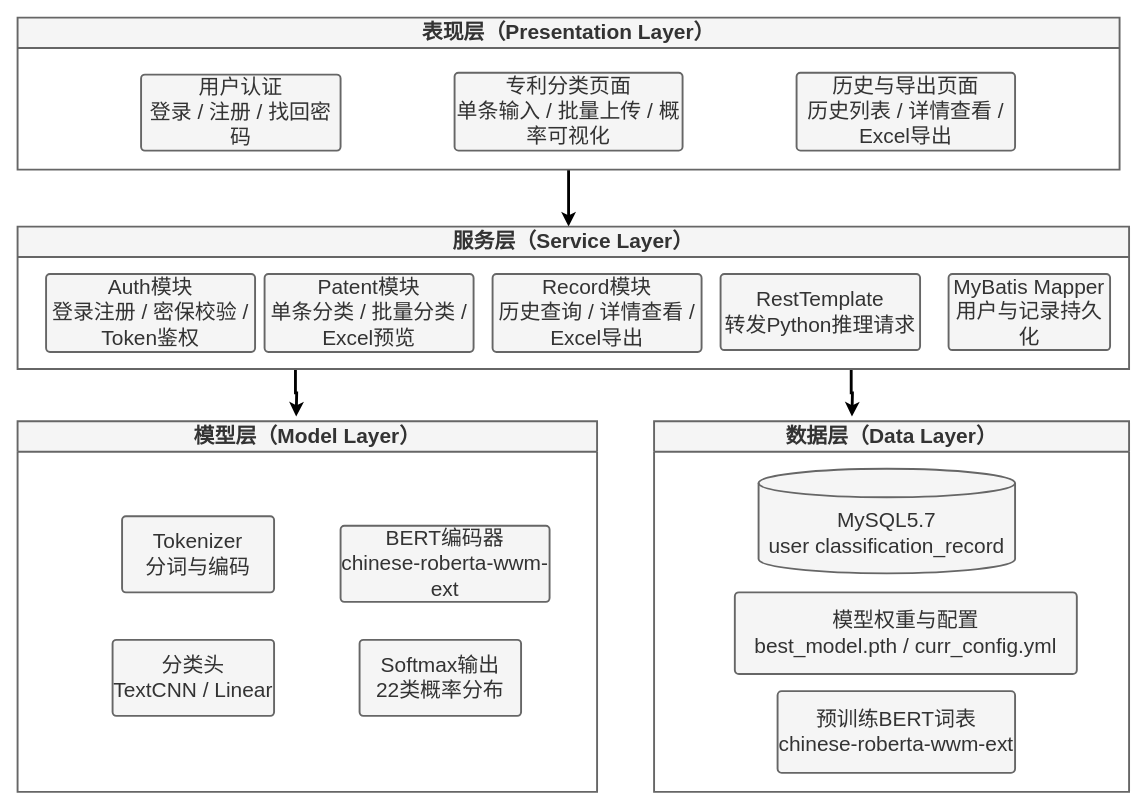
This is docs/论文/figures/ch5-system-architecture.drawio from GIT-PQ/openSpec, a draw.io file, before an edit. Source tidied: cells renumbered, new cells numbered last; positions are measured from the earlier drawing's top-left corner, leaving out a move shared by most shapes. Both pictures are drawn from the tidied source at 95%, with x=0, y=0 at pixel (17, 17).
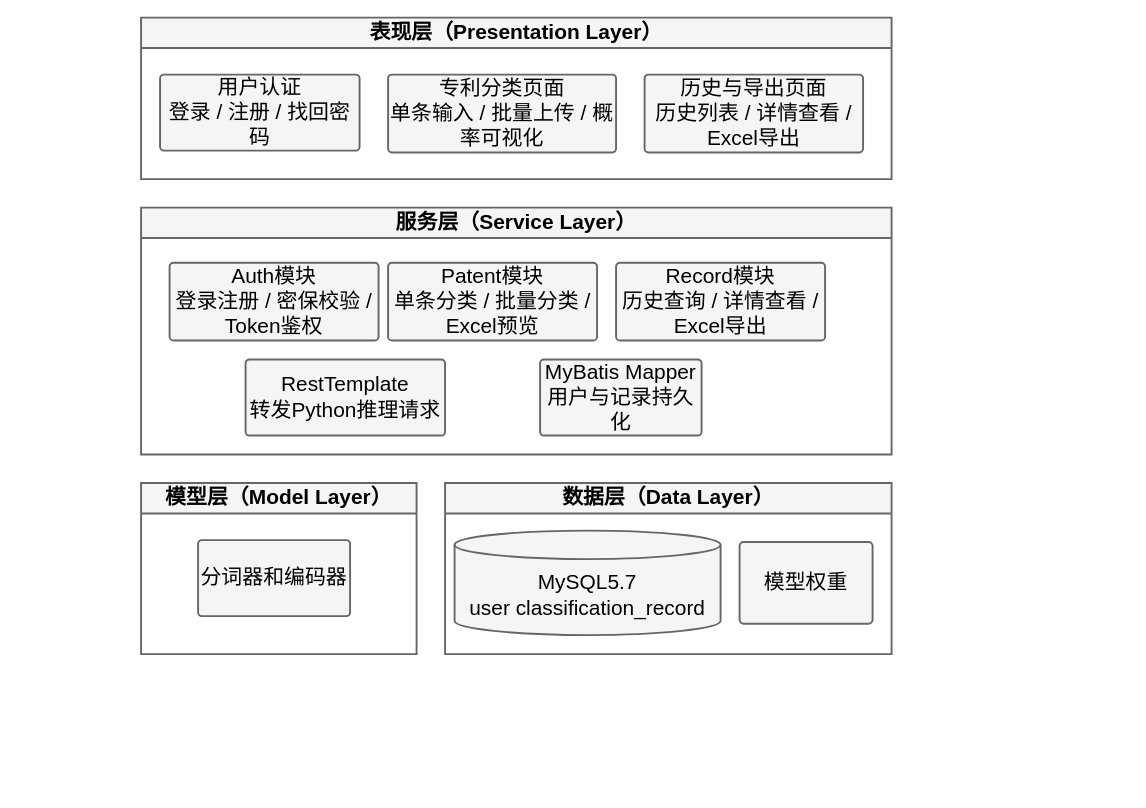
The same diagram, later.

Diff of the diagram source:
```diff
@@
-    <mxCell id="2" style="edgeStyle=orthogonalEdgeStyle;rounded=0;jettySize=auto;html=1;exitX=0.5;exitY=1;exitDx=0;exitDy=0;entryX=0.5;entryY=0;entryDx=0;entryDy=0;fontFamily=宋体;fontSize=22;fontColor=#333333;fontStyle=1;labelBackgroundColor=none;endArrow=block;endFill=1;strokeWidth=3;strokeColor=none;" parent="1" edge="1" source="4" target="11">
+    <mxCell id="2" style="edgeStyle=orthogonalEdgeStyle;rounded=0;jettySize=auto;html=1;exitX=0.5;exitY=1;exitDx=0;exitDy=0;entryX=0.5;entryY=0;entryDx=0;entryDy=0;fontFamily=宋体;fontSize=22;fontColor=#000000;fontStyle=1;labelBackgroundColor=none;endArrow=block;endFill=1;strokeWidth=3;strokeColor=none;" parent="1" edge="1" source="4" target="11">
       <mxGeometry relative="1" as="geometry">
         <Array as="points">
           <mxPoint x="570" y="182" />
           <mxPoint x="570" y="220" />
         </Array>
       </mxGeometry>
     </mxCell>
-    <mxCell id="3" style="edgeStyle=orthogonalEdgeStyle;rounded=0;jettySize=auto;html=1;exitX=0.5;exitY=1;exitDx=0;exitDy=0;fontFamily=宋体;fontSize=22;fontColor=#333333;fontStyle=1;labelBackgroundColor=none;strokeWidth=3;" parent="1" edge="1" source="4">
-      <mxGeometry relative="1" as="geometry">
-        <mxPoint x="580" y="220" as="targetPoint" />
-      </mxGeometry>
-    </mxCell>
-    <mxCell id="4" value="表现层（Presentation Layer）" style="swimlane;startSize=32;rounded=0;whiteSpace=wrap;html=1;fontStyle=1;fontFamily=宋体;fontSize=22;labelBackgroundColor=none;fillColor=#f5f5f5;fontColor=#333333;strokeColor=#666666;strokeWidth=2;" parent="1" vertex="1">
-      <mxGeometry width="1160" height="160" as="geometry" />
+    <mxCell id="4" value="表现层（Presentation Layer）" style="swimlane;startSize=32;rounded=0;whiteSpace=wrap;html=1;fontStyle=1;fontFamily=宋体;fontSize=22;labelBackgroundColor=none;fillColor=#f5f5f5;fontColor=#000000;strokeColor=#666666;strokeWidth=2;" parent="1" vertex="1">
+      <mxGeometry x="130" width="790" height="170" as="geometry" />
     </mxCell>
-    <mxCell id="5" style="endArrow=block;html=1;rounded=0;jettySize=auto;exitX=0.5;exitY=1;entryX=0.5;entryY=0;fontSize=22;labelBackgroundColor=none;fillColor=#f5f5f5;strokeColor=#666666;strokeWidth=2;fontFamily=宋体;" parent="4" edge="1" target="6">
-      <mxGeometry relative="1" as="geometry">
-        <mxPoint x="575" y="130" as="sourcePoint" />
-      </mxGeometry>
-    </mxCell>
-    <mxCell id="6" value="专利分类页面&#10;单条输入 / 批量上传 / 概率可视化" style="rounded=1;whiteSpace=wrap;html=1;arcSize=5;fontFamily=宋体;fontSize=22;labelBackgroundColor=none;fillColor=#f5f5f5;fontColor=#333333;strokeColor=#666666;strokeWidth=2;" parent="4" vertex="1">
-      <mxGeometry x="460" y="58" width="240" height="82" as="geometry" />
+    <mxCell id="6" value="专利分类页面&#10;单条输入 / 批量上传 / 概率可视化" style="rounded=1;whiteSpace=wrap;html=1;arcSize=5;fontFamily=宋体;fontSize=22;labelBackgroundColor=none;fillColor=#f5f5f5;fontColor=#000000;strokeColor=#666666;strokeWidth=2;" parent="4" vertex="1">
+      <mxGeometry x="260" y="60" width="240" height="82" as="geometry" />
     </mxCell>
-    <mxCell id="7" value="用户认证&#10;登录 / 注册 / 找回密码" style="rounded=1;whiteSpace=wrap;html=1;arcSize=5;fontFamily=宋体;fontSize=22;labelBackgroundColor=none;fillColor=#f5f5f5;fontColor=#333333;strokeColor=#666666;strokeWidth=2;" parent="4" vertex="1">
-      <mxGeometry x="130" y="60" width="210" height="80" as="geometry" />
+    <mxCell id="7" value="用户认证&#10;登录 / 注册 / 找回密码" style="rounded=1;whiteSpace=wrap;html=1;arcSize=5;fontFamily=宋体;fontSize=22;labelBackgroundColor=none;fillColor=#f5f5f5;fontColor=#000000;strokeColor=#666666;strokeWidth=2;" parent="4" vertex="1">
+      <mxGeometry x="20" y="60" width="210" height="80" as="geometry" />
     </mxCell>
-    <mxCell id="8" value="历史与导出页面&#10;历史列表 / 详情查看 / Excel导出" style="rounded=1;whiteSpace=wrap;html=1;arcSize=5;fontFamily=宋体;fontSize=22;labelBackgroundColor=none;fillColor=#f5f5f5;fontColor=#333333;strokeColor=#666666;strokeWidth=2;" parent="4" vertex="1">
-      <mxGeometry x="820" y="58" width="230" height="82" as="geometry" />
+    <mxCell id="8" value="历史与导出页面&#10;历史列表 / 详情查看 / Excel导出" style="rounded=1;whiteSpace=wrap;html=1;arcSize=5;fontFamily=宋体;fontSize=22;labelBackgroundColor=none;fillColor=#f5f5f5;fontColor=#000000;strokeColor=#666666;strokeWidth=2;" parent="4" vertex="1">
+      <mxGeometry x="530" y="60" width="230" height="82" as="geometry" />
     </mxCell>
-    <mxCell id="9" style="edgeStyle=orthogonalEdgeStyle;rounded=0;jettySize=auto;html=1;exitX=0.25;exitY=1;exitDx=0;exitDy=0;fontFamily=宋体;fontSize=22;fontColor=#333333;fontStyle=1;labelBackgroundColor=none;strokeWidth=3;" parent="1" edge="1" source="11">
-      <mxGeometry relative="1" as="geometry">
-        <mxPoint x="293.3" y="420" as="targetPoint" />
-      </mxGeometry>
-    </mxCell>
-    <mxCell id="10" style="edgeStyle=orthogonalEdgeStyle;rounded=0;jettySize=auto;html=1;exitX=0.75;exitY=1;exitDx=0;exitDy=0;fontFamily=宋体;fontSize=22;fontColor=#333333;fontStyle=1;labelBackgroundColor=none;strokeWidth=3;" parent="1" edge="1" source="11">
-      <mxGeometry relative="1" as="geometry">
-        <mxPoint x="878.3" y="420" as="targetPoint" />
-      </mxGeometry>
-    </mxCell>
-    <mxCell id="11" value="服务层（Service Layer）" style="swimlane;startSize=32;rounded=0;whiteSpace=wrap;html=1;fontStyle=1;fontFamily=宋体;fontSize=22;labelBackgroundColor=none;fillColor=#f5f5f5;fontColor=#333333;strokeColor=#666666;strokeWidth=2;" parent="1" vertex="1">
-      <mxGeometry y="220" width="1170" height="150" as="geometry" />
+    <mxCell id="11" value="服务层（Service Layer）" style="swimlane;startSize=32;rounded=0;whiteSpace=wrap;html=1;fontStyle=1;fontFamily=宋体;fontSize=22;labelBackgroundColor=none;fillColor=#f5f5f5;fontColor=#000000;strokeColor=#666666;strokeWidth=2;" parent="1" vertex="1">
+      <mxGeometry x="130" y="200" width="790" height="260" as="geometry" />
     </mxCell>
-    <mxCell id="12" value="Auth模块&#10;登录注册 / 密保校验 / Token鉴权" style="rounded=1;whiteSpace=wrap;html=1;arcSize=5;fontFamily=宋体;fontSize=22;labelBackgroundColor=none;fillColor=#f5f5f5;fontColor=#333333;strokeColor=#666666;strokeWidth=2;" parent="11" vertex="1">
-      <mxGeometry x="30" y="50" width="220" height="82" as="geometry" />
+    <mxCell id="12" value="Auth模块&#10;登录注册 / 密保校验 / Token鉴权" style="rounded=1;whiteSpace=wrap;html=1;arcSize=5;fontFamily=宋体;fontSize=22;labelBackgroundColor=none;fillColor=#f5f5f5;fontColor=#000000;strokeColor=#666666;strokeWidth=2;" parent="11" vertex="1">
+      <mxGeometry x="30" y="58" width="220" height="82" as="geometry" />
     </mxCell>
-    <mxCell id="13" value="Patent模块&#10;单条分类 / 批量分类 / Excel预览" style="rounded=1;whiteSpace=wrap;html=1;arcSize=5;fontFamily=宋体;fontSize=22;labelBackgroundColor=none;fillColor=#f5f5f5;fontColor=#333333;strokeColor=#666666;strokeWidth=2;" parent="11" vertex="1">
-      <mxGeometry x="260" y="50" width="220" height="82" as="geometry" />
+    <mxCell id="13" value="Patent模块&#10;单条分类 / 批量分类 / Excel预览" style="rounded=1;whiteSpace=wrap;html=1;arcSize=5;fontFamily=宋体;fontSize=22;labelBackgroundColor=none;fillColor=#f5f5f5;fontColor=#000000;strokeColor=#666666;strokeWidth=2;" parent="11" vertex="1">
+      <mxGeometry x="260" y="58" width="220" height="82" as="geometry" />
     </mxCell>
-    <mxCell id="14" value="Record模块&#10;历史查询 / 详情查看 / Excel导出" style="rounded=1;whiteSpace=wrap;html=1;arcSize=5;fontFamily=宋体;fontSize=22;labelBackgroundColor=none;fillColor=#f5f5f5;fontColor=#333333;strokeColor=#666666;strokeWidth=2;" parent="11" vertex="1">
-      <mxGeometry x="500" y="50" width="220" height="82" as="geometry" />
+    <mxCell id="14" value="Record模块&#10;历史查询 / 详情查看 / Excel导出" style="rounded=1;whiteSpace=wrap;html=1;arcSize=5;fontFamily=宋体;fontSize=22;labelBackgroundColor=none;fillColor=#f5f5f5;fontColor=#000000;strokeColor=#666666;strokeWidth=2;" parent="11" vertex="1">
+      <mxGeometry x="500" y="58" width="220" height="82" as="geometry" />
     </mxCell>
-    <mxCell id="15" value="RestTemplate&#10;转发Python推理请求" style="rounded=1;whiteSpace=wrap;html=1;arcSize=5;fontFamily=宋体;fontSize=22;labelBackgroundColor=none;fillColor=#f5f5f5;fontColor=#333333;strokeColor=#666666;strokeWidth=2;" parent="11" vertex="1">
-      <mxGeometry x="740" y="50" width="210" height="80" as="geometry" />
+    <mxCell id="15" value="RestTemplate&#10;转发Python推理请求" style="rounded=1;whiteSpace=wrap;html=1;arcSize=5;fontFamily=宋体;fontSize=22;labelBackgroundColor=none;fillColor=#f5f5f5;fontColor=#000000;strokeColor=#666666;strokeWidth=2;" parent="11" vertex="1">
+      <mxGeometry x="110" y="160" width="210" height="80" as="geometry" />
     </mxCell>
-    <mxCell id="16" value="MyBatis Mapper&#10;用户与记录持久化" style="rounded=1;whiteSpace=wrap;html=1;arcSize=5;fontFamily=宋体;fontSize=22;labelBackgroundColor=none;fillColor=#f5f5f5;fontColor=#333333;strokeColor=#666666;strokeWidth=2;" parent="11" vertex="1">
-      <mxGeometry x="980" y="50" width="170" height="80" as="geometry" />
+    <mxCell id="16" value="MyBatis Mapper&#10;用户与记录持久化" style="rounded=1;whiteSpace=wrap;html=1;arcSize=5;fontFamily=宋体;fontSize=22;labelBackgroundColor=none;fillColor=#f5f5f5;fontColor=#000000;strokeColor=#666666;strokeWidth=2;" parent="11" vertex="1">
+      <mxGeometry x="420" y="160" width="170" height="80" as="geometry" />
     </mxCell>
-    <mxCell id="17" value="模型层（Model Layer）" style="swimlane;startSize=32;rounded=0;whiteSpace=wrap;html=1;fontStyle=1;fontFamily=宋体;fontSize=22;labelBackgroundColor=none;fillColor=#f5f5f5;fontColor=#333333;strokeColor=#666666;strokeWidth=2;" parent="1" vertex="1">
-      <mxGeometry y="425" width="610" height="390" as="geometry" />
+    <mxCell id="17" value="模型层（Model Layer）" style="swimlane;startSize=32;rounded=0;whiteSpace=wrap;html=1;fontStyle=1;fontFamily=宋体;fontSize=22;labelBackgroundColor=none;fillColor=#f5f5f5;fontColor=#000000;strokeColor=#666666;strokeWidth=2;" parent="1" vertex="1">
+      <mxGeometry x="130" y="490" width="290" height="180" as="geometry" />
     </mxCell>
-    <mxCell id="18" value="分类头&#10;TextCNN / Linear" style="rounded=1;whiteSpace=wrap;html=1;arcSize=5;fontFamily=宋体;fontSize=22;labelBackgroundColor=none;fillColor=#f5f5f5;fontColor=#333333;strokeColor=#666666;strokeWidth=2;" parent="17" vertex="1">
-      <mxGeometry x="100" y="230" width="170" height="80" as="geometry" />
-    </mxCell>
-    <mxCell id="19" value="Softmax输出&#10;22类概率分布" style="rounded=1;whiteSpace=wrap;html=1;arcSize=5;fontFamily=宋体;fontSize=22;labelBackgroundColor=none;fillColor=#f5f5f5;fontColor=#333333;strokeColor=#666666;strokeWidth=2;" parent="17" vertex="1">
-      <mxGeometry x="360" y="230" width="170" height="80" as="geometry" />
-    </mxCell>
-    <mxCell id="20" value="BERT编码器&#10;chinese-roberta-wwm-ext" style="rounded=1;whiteSpace=wrap;html=1;arcSize=5;fontFamily=宋体;fontSize=22;labelBackgroundColor=none;fillColor=#f5f5f5;fontColor=#333333;strokeColor=#666666;strokeWidth=2;" parent="17" vertex="1">
-      <mxGeometry x="340" y="110" width="220" height="80" as="geometry" />
-    </mxCell>
+    <mxCell id="25" value="分词器和编码器" style="rounded=1;whiteSpace=wrap;html=1;arcSize=5;fontFamily=宋体;fontSize=22;labelBackgroundColor=none;fillColor=#f5f5f5;fontColor=#000000;strokeColor=#666666;strokeWidth=2;" parent="17" vertex="1">
+      <mxGeometry x="60" y="60" width="160" height="80" as="geometry" />
+    </mxCell>
-    <mxCell id="21" value="数据层（Data Layer）" style="swimlane;startSize=32;rounded=0;whiteSpace=wrap;html=1;fontStyle=1;fontFamily=宋体;fontSize=22;labelBackgroundColor=none;fillColor=#f5f5f5;fontColor=#333333;strokeColor=#666666;strokeWidth=2;" parent="1" vertex="1">
-      <mxGeometry x="670" y="425" width="500" height="390" as="geometry" />
+    <mxCell id="21" value="数据层（Data Layer）" style="swimlane;startSize=32;rounded=0;whiteSpace=wrap;html=1;fontStyle=1;fontFamily=宋体;fontSize=22;labelBackgroundColor=none;fillColor=#f5f5f5;fontColor=#000000;strokeColor=#666666;strokeWidth=2;" parent="1" vertex="1">
+      <mxGeometry x="450" y="490" width="470" height="180" as="geometry" />
     </mxCell>
-    <mxCell id="22" value="MySQL5.7&lt;div&gt;user classification_record&lt;/div&gt;" style="shape=cylinder3;whiteSpace=wrap;html=1;boundedLbl=1;backgroundOutline=1;size=15;fontFamily=宋体;fontSize=22;labelBackgroundColor=none;fillColor=#f5f5f5;fontColor=#333333;strokeColor=#666666;strokeWidth=2;" parent="21" vertex="1">
-      <mxGeometry x="110" y="50" width="270" height="110" as="geometry" />
+    <mxCell id="22" value="MySQL5.7&lt;div&gt;user classification_record&lt;/div&gt;" style="shape=cylinder3;whiteSpace=wrap;html=1;boundedLbl=1;backgroundOutline=1;size=15;fontFamily=宋体;fontSize=22;labelBackgroundColor=none;fillColor=#f5f5f5;fontColor=#000000;strokeColor=#666666;strokeWidth=2;" parent="21" vertex="1">
+      <mxGeometry x="10" y="50" width="280" height="110" as="geometry" />
     </mxCell>
-    <mxCell id="23" value="模型权重与配置&#10;best_model.pth / curr_config.yml" style="rounded=1;whiteSpace=wrap;html=1;arcSize=5;fontFamily=宋体;fontSize=22;labelBackgroundColor=none;fillColor=#f5f5f5;fontColor=#333333;strokeColor=#666666;strokeWidth=2;" parent="21" vertex="1">
-      <mxGeometry x="85" y="180" width="360" height="86" as="geometry" />
+    <mxCell id="23" value="模型权重" style="rounded=1;whiteSpace=wrap;html=1;arcSize=5;fontFamily=宋体;fontSize=22;labelBackgroundColor=none;fillColor=#f5f5f5;fontColor=#000000;strokeColor=#666666;strokeWidth=2;" parent="21" vertex="1">
+      <mxGeometry x="310" y="62" width="140" height="86" as="geometry" />
     </mxCell>
-    <mxCell id="24" value="预训练BERT词表&#10;chinese-roberta-wwm-ext" style="rounded=1;whiteSpace=wrap;html=1;arcSize=5;fontFamily=宋体;fontSize=22;labelBackgroundColor=none;fillColor=#f5f5f5;fontColor=#333333;strokeColor=#666666;strokeWidth=2;" parent="21" vertex="1">
-      <mxGeometry x="130" y="284" width="250" height="86" as="geometry" />
-    </mxCell>
-    <mxCell id="25" value="Tokenizer&#10;分词与编码" style="rounded=1;whiteSpace=wrap;html=1;arcSize=5;fontFamily=宋体;fontSize=22;labelBackgroundColor=none;fillColor=#f5f5f5;fontColor=#333333;strokeColor=#666666;strokeWidth=2;" parent="1" vertex="1">
-      <mxGeometry x="110" y="525" width="160" height="80" as="geometry" />
-    </mxCell>
```
